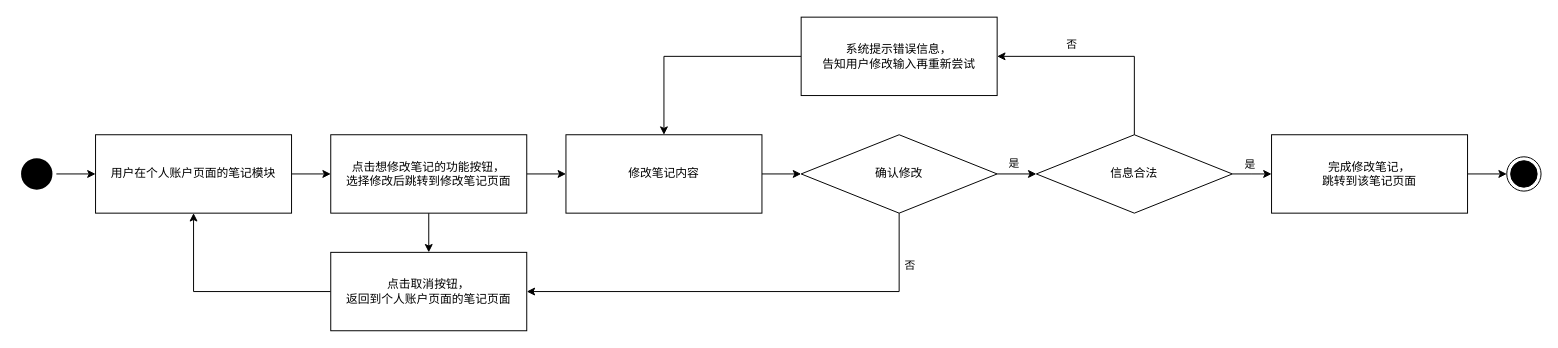
jeremyytann/BUAA-SE-LetStudy keeps this draw.io diagram as page "3.12" (11 of 33) of Document/概要设计报告/流程图/概要设计流程.drawio. Above is the earlier version. Source tidied: cells renumbered, new cells numbered last; positions are measured from the earlier drawing's top-left corner, leaving out a move shared by most shapes. Both pictures are drawn from the tidied source at 98%, with x=0, y=0 at pixel (17, 17).
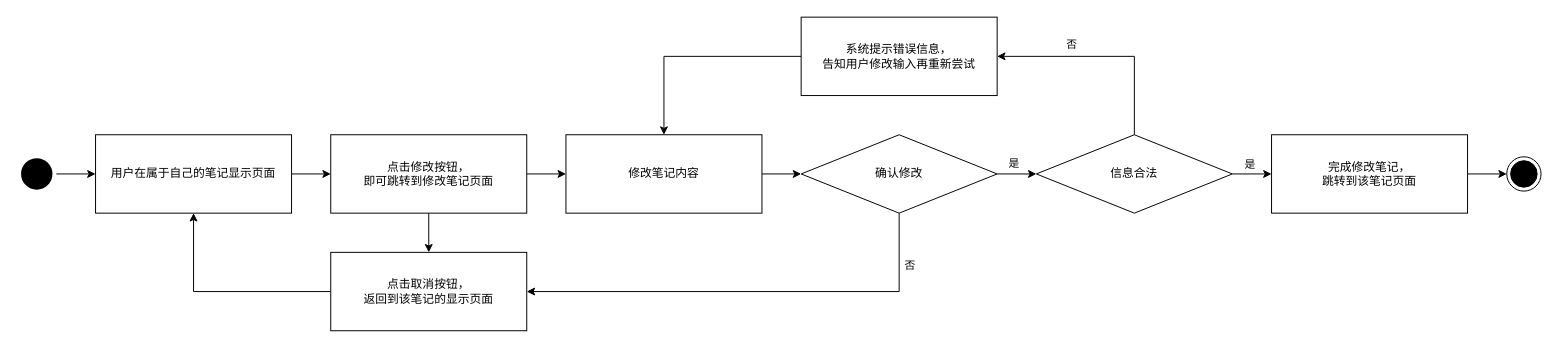
The same diagram, later.

The edit, as a diff of the source:
```diff
@@
-    <mxCell id="6" value="用户在个人账户页面的笔记模块" style="rounded=0;whiteSpace=wrap;html=1;fontSize=12;glass=0;strokeWidth=1;shadow=0;" parent="1" vertex="1">
+    <mxCell id="6" value="用户在属于自己的笔记显示页面" style="rounded=0;whiteSpace=wrap;html=1;fontSize=12;glass=0;strokeWidth=1;shadow=0;" parent="1" vertex="1">
       <mxGeometry x="80" y="120" width="200" height="80" as="geometry" />
     </mxCell>
@@
-    <mxCell id="9" value="点击想修改笔记的功能按钮，&lt;br&gt;选择修改后跳转到修改笔记页面" style="rounded=0;whiteSpace=wrap;html=1;fontSize=12;glass=0;strokeWidth=1;shadow=0;" parent="1" vertex="1">
+    <mxCell id="9" value="点击修改按钮，&lt;br&gt;即可跳转到修改笔记页面" style="rounded=0;whiteSpace=wrap;html=1;fontSize=12;glass=0;strokeWidth=1;shadow=0;" parent="1" vertex="1">
       <mxGeometry x="320" y="120" width="200" height="80" as="geometry" />
     </mxCell>
@@
-    <mxCell id="21" value="点击取消按钮，&lt;br&gt;返回到个人账户页面的笔记页面" style="rounded=0;whiteSpace=wrap;html=1;fontSize=12;glass=0;strokeWidth=1;shadow=0;" parent="1" vertex="1">
+    <mxCell id="21" value="点击取消按钮，&lt;br&gt;返回到该笔记的显示页面" style="rounded=0;whiteSpace=wrap;html=1;fontSize=12;glass=0;strokeWidth=1;shadow=0;" parent="1" vertex="1">
       <mxGeometry x="320" y="240" width="200" height="80" as="geometry" />
     </mxCell>
```
